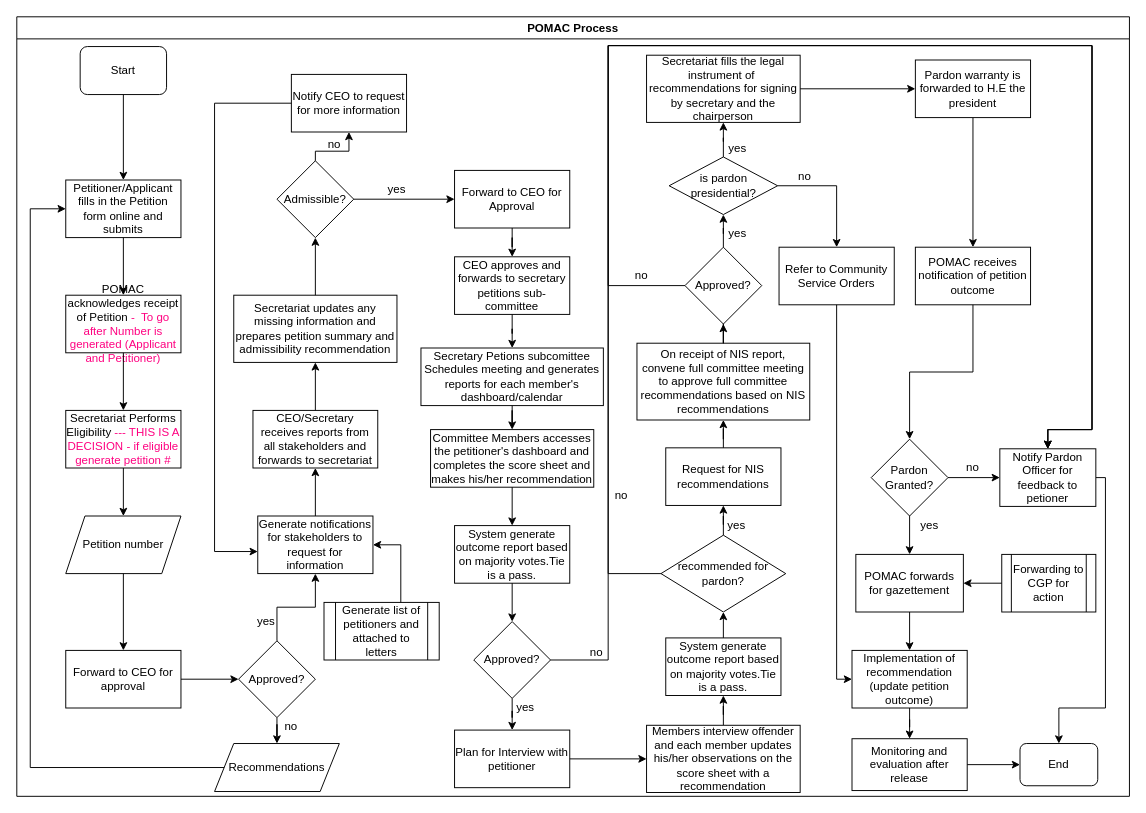
Before: POMAC RE-Engineered Process.drawio in kmagua/flowcharts, a draw.io diagram. Source tidied: cells renumbered, new cells numbered last; positions are measured from the earlier drawing's top-left corner, leaving out a move shared by most shapes. Both pictures are drawn from the tidied source at 96%, with x=0, y=0 at pixel (16, 16).
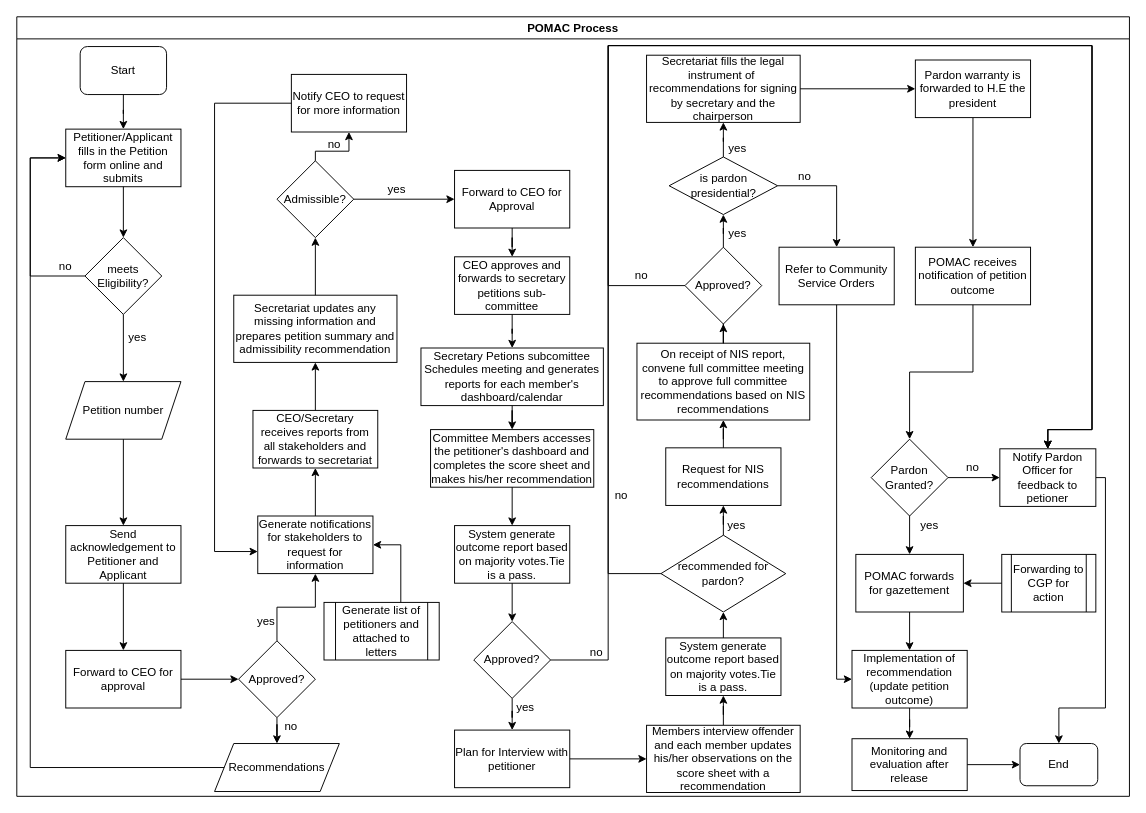
The same page after the edit.

Unchanged cells that the change refers to:
```xml
<mxCell id="2" value="POMAC Process" style="swimlane;" parent="1" vertex="1">
  <mxGeometry width="1159" height="812" as="geometry" />
</mxCell>
<mxCell id="12" value="Recommendations" style="shape=parallelogram;perimeter=parallelogramPerimeter;whiteSpace=wrap;html=1;fixedSize=1;rounded=0;" parent="2" vertex="1">
  <mxGeometry x="206" y="757" width="130" height="50" as="geometry" />
</mxCell>
<mxCell id="87" value="Forward to CEO for approval" style="whiteSpace=wrap;html=1;rounded=0;" parent="1" vertex="1">
  <mxGeometry x="51" y="660" width="120" height="60" as="geometry" />
</mxCell>
```

Diff of the diagram source:
```diff
@@
     <mxCell id="4" value="Petitioner/Applicant fills in the Petition form online and submits" style="rounded=0;whiteSpace=wrap;html=1;" parent="2" vertex="1">
-      <mxGeometry x="51" y="170" width="120" height="60" as="geometry" />
+      <mxGeometry x="51" y="117" width="120" height="60" as="geometry" />
     </mxCell>
@@
-    <mxCell id="6" value="POMAC acknowledges receipt of Petition&lt;font color=&quot;#FF0080&quot;&gt; -&amp;nbsp; To go after Number is generated (Applicant and Petitioner)&lt;br&gt;&lt;/font&gt;" style="whiteSpace=wrap;html=1;rounded=0;" parent="2" vertex="1">
-      <mxGeometry x="51" y="290" width="120" height="60" as="geometry" />
-    </mxCell>
-    <mxCell id="7" style="edgeStyle=orthogonalEdgeStyle;rounded=0;jettySize=auto;html=1;" parent="2" edge="1" source="4" target="6">
-      <mxGeometry relative="1" as="geometry" />
-    </mxCell>
-    <mxCell id="8" value="Secretariat Performs Eligibility &lt;font color=&quot;#FF0080&quot;&gt;--- THIS IS A DECISION - if eligible generate petition #&lt;br&gt;&lt;/font&gt;" style="whiteSpace=wrap;html=1;rounded=0;" parent="2" vertex="1">
-      <mxGeometry x="51" y="410" width="120" height="60" as="geometry" />
-    </mxCell>
-    <mxCell id="9" style="edgeStyle=orthogonalEdgeStyle;rounded=0;jettySize=auto;html=1;" parent="2" edge="1" source="6" target="8">
-      <mxGeometry relative="1" as="geometry" />
-    </mxCell>
     <mxCell id="10" value="Petition number" style="shape=parallelogram;perimeter=parallelogramPerimeter;whiteSpace=wrap;html=1;fixedSize=1;rounded=0;" parent="2" vertex="1">
-      <mxGeometry x="51" y="520" width="120" height="60" as="geometry" />
+      <mxGeometry x="51" y="380" width="120" height="60" as="geometry" />
     </mxCell>
-    <mxCell id="11" style="edgeStyle=orthogonalEdgeStyle;rounded=0;jettySize=auto;html=1;" parent="2" edge="1" source="8" target="10">
-      <mxGeometry relative="1" as="geometry" />
-    </mxCell>
@@
     <mxCell id="13" style="edgeStyle=orthogonalEdgeStyle;rounded=0;jettySize=auto;html=1;entryX=0;entryY=0.5;entryDx=0;entryDy=0;" parent="2" edge="1" source="12" target="4">
       <mxGeometry relative="1" as="geometry">
         <Array as="points">
           <mxPoint x="14" y="782" />
-          <mxPoint x="14" y="200" />
+          <mxPoint x="14" y="147" />
         </Array>
       </mxGeometry>
     </mxCell>
@@
+    <mxCell id="6" value="Send acknowledgement to Petitioner and Applicant " style="whiteSpace=wrap;html=1;rounded=0;" parent="2" vertex="1">
+      <mxGeometry x="51" y="530" width="120" height="60" as="geometry" />
+    </mxCell>
+    <mxCell id="101" style="edgeStyle=orthogonalEdgeStyle;rounded=0;jettySize=auto;html=1;entryX=0;entryY=0.5;entryDx=0;entryDy=0;exitX=0;exitY=0.5;exitDx=0;exitDy=0;" parent="2" edge="1" source="102" target="4">
+      <mxGeometry relative="1" as="geometry">
+        <Array as="points">
+          <mxPoint x="14" y="270" />
+          <mxPoint x="14" y="147" />
+        </Array>
+      </mxGeometry>
+    </mxCell>
+    <mxCell id="102" value="meets Eligibility?" style="rhombus;whiteSpace=wrap;html=1;" parent="2" vertex="1">
+      <mxGeometry x="71" y="230" width="80" height="80" as="geometry" />
+    </mxCell>
+    <mxCell id="7" style="edgeStyle=orthogonalEdgeStyle;rounded=0;jettySize=auto;html=1;entryX=0.5;entryY=0;entryDx=0;entryDy=0;" parent="2" edge="1" source="4" target="102">
+      <mxGeometry relative="1" as="geometry" />
+    </mxCell>
+    <mxCell id="103" style="edgeStyle=orthogonalEdgeStyle;rounded=0;jettySize=auto;html=1;entryX=0.5;entryY=0;entryDx=0;entryDy=0;" parent="2" edge="1" source="102" target="10">
+      <mxGeometry relative="1" as="geometry" />
+    </mxCell>
+    <mxCell id="104" style="edgeStyle=orthogonalEdgeStyle;rounded=0;jettySize=auto;html=1;entryX=0.5;entryY=0;entryDx=0;entryDy=0;" parent="2" edge="1" source="10" target="6">
+      <mxGeometry relative="1" as="geometry" />
+    </mxCell>
+    <mxCell id="105" value="no" style="text;html=1;strokeColor=none;fillColor=none;align=center;verticalAlign=middle;whiteSpace=wrap;rounded=0;" parent="2" vertex="1">
+      <mxGeometry x="31" y="250" width="40" height="20" as="geometry" />
+    </mxCell>
+    <mxCell id="106" value="yes" style="text;html=1;strokeColor=none;fillColor=none;align=center;verticalAlign=middle;whiteSpace=wrap;rounded=0;" parent="2" vertex="1">
+      <mxGeometry x="106" y="324" width="40" height="20" as="geometry" />
+    </mxCell>
@@
-    <mxCell id="88" style="edgeStyle=orthogonalEdgeStyle;rounded=0;jettySize=auto;html=1;" parent="1" edge="1" source="10" target="87">
-      <mxGeometry relative="1" as="geometry" />
-    </mxCell>
@@
+    <mxCell id="107" style="edgeStyle=orthogonalEdgeStyle;rounded=0;jettySize=auto;html=1;" parent="1" edge="1" source="6" target="87">
+      <mxGeometry relative="1" as="geometry" />
+    </mxCell>
```
